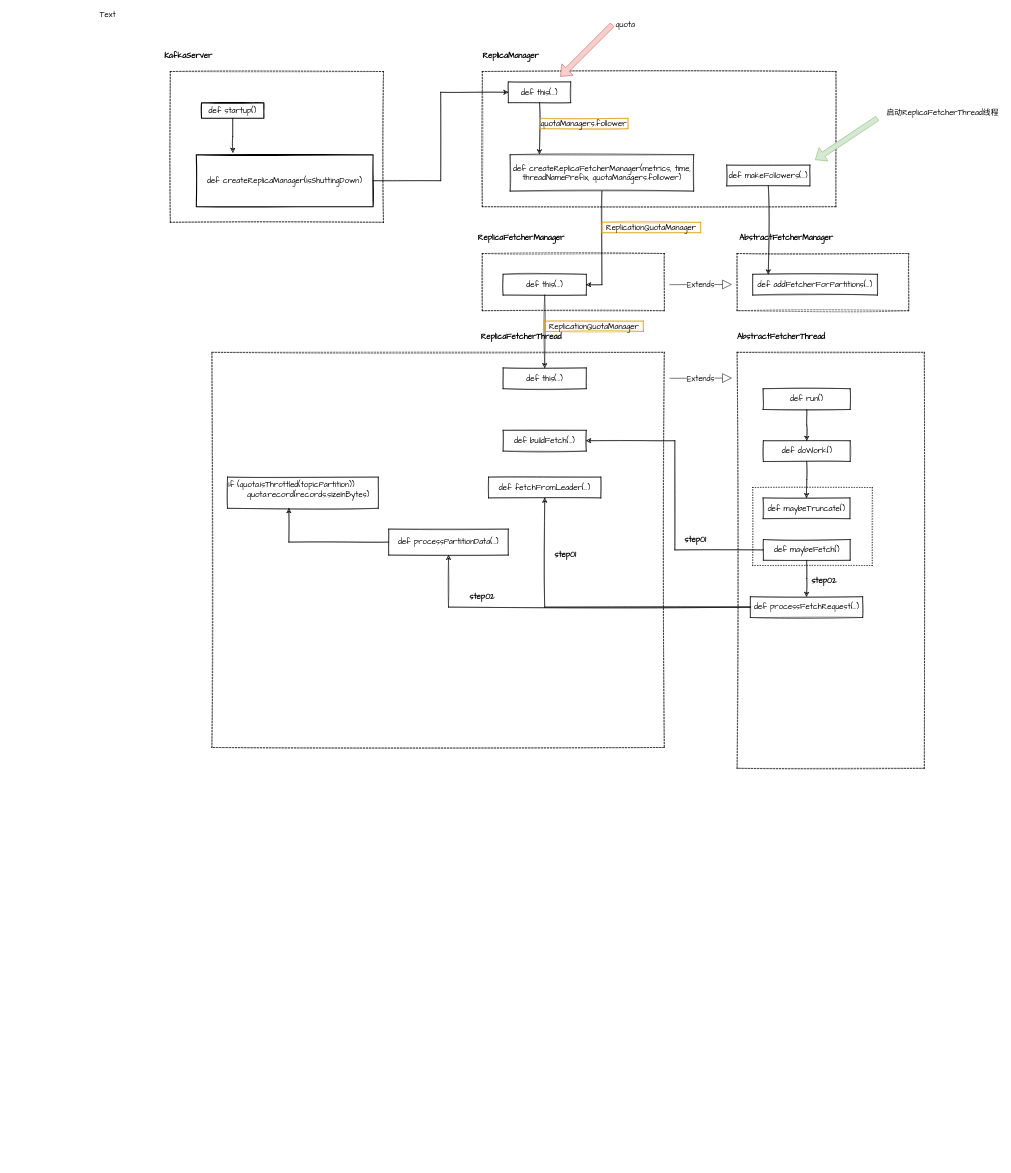
xinzhuxiansheng/blog-notes keeps this draw.io diagram as page "ReplicaFetcherThread" (2 of 3) of Kafka/drawio/Kafka.drawio. Above is the earlier version. Source tidied: cells renumbered, new cells numbered last; positions are measured from the earlier drawing's top-left corner, leaving out a move shared by most shapes. Both pictures are drawn from the tidied source at 52%, with x=0, y=0 at pixel (97, 9).
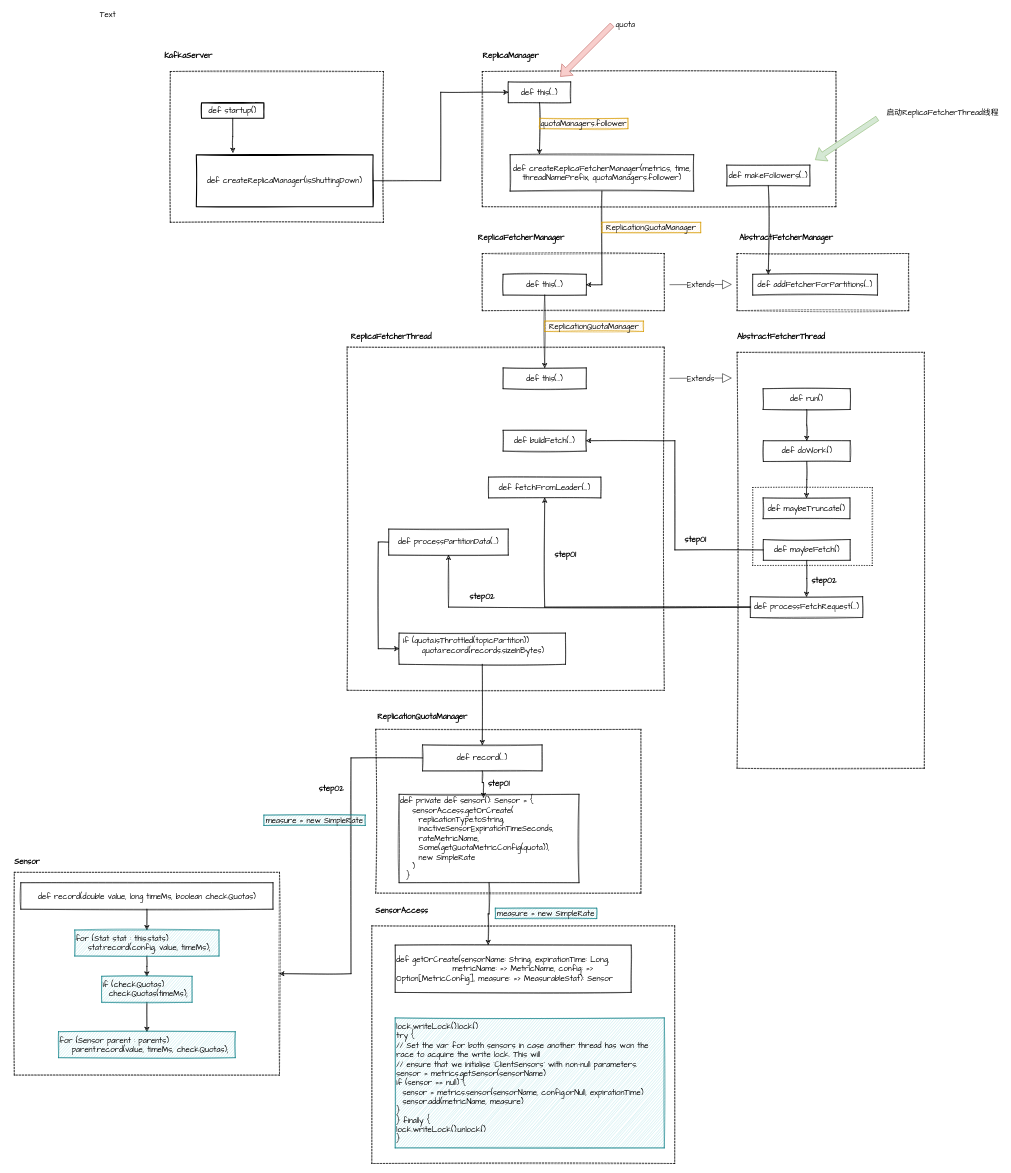
Above is the later version.

The change refers to these unchanged cells:
```xml
<mxCell id="56" value="def processPartitionData(...)" style="rounded=0;whiteSpace=wrap;html=1;sketch=1;fillColor=none;fontFamily=Comic Sans MS;fontSize=15;" parent="1" vertex="1">
  <mxGeometry x="560" y="1000" width="230" height="50" as="geometry" />
</mxCell>
```

Change to the diagram source:
```diff
@@
     <mxCell id="19" style="rounded=0;whiteSpace=wrap;html=1;sketch=1;fontFamily=Comic Sans MS;fillColor=none;fontSize=15;dashed=1;" parent="1" vertex="1">
-      <mxGeometry x="220" y="660" width="870" height="760" as="geometry" />
+      <mxGeometry x="480" y="650" width="610" height="660" as="geometry" />
     </mxCell>
     <mxCell id="20" value="ReplicaFetcherThread" style="text;html=1;strokeColor=none;fillColor=none;align=center;verticalAlign=middle;whiteSpace=wrap;rounded=0;sketch=1;fontFamily=Comic Sans MS;fontStyle=1;fontSize=15;" parent="1" vertex="1">
-      <mxGeometry x="720" y="620" width="190" height="20" as="geometry" />
+      <mxGeometry x="470" y="620" width="190" height="20" as="geometry" />
     </mxCell>
@@
-    <mxCell id="55" style="edgeStyle=orthogonalEdgeStyle;rounded=0;sketch=1;jettySize=auto;html=1;entryX=0.407;entryY=1;entryDx=0;entryDy=0;entryPerimeter=0;fontFamily=Comic Sans MS;fontSize=15;fontColor=#000000;" parent="1" edge="1" source="56" target="58">
-      <mxGeometry relative="1" as="geometry" />
+    <mxCell id="55" style="edgeStyle=orthogonalEdgeStyle;rounded=0;sketch=1;jettySize=auto;html=1;entryX=0;entryY=0.5;entryDx=0;entryDy=0;fontFamily=Comic Sans MS;fontSize=15;fontColor=#000000;" parent="1" edge="1" source="56" target="58">
+      <mxGeometry relative="1" as="geometry">
+        <Array as="points">
+          <mxPoint x="540" y="1025" />
+          <mxPoint x="540" y="1230" />
+        </Array>
+      </mxGeometry>
     </mxCell>
@@
+    <mxCell id="59" style="edgeStyle=orthogonalEdgeStyle;rounded=0;sketch=1;jettySize=auto;html=1;fontFamily=Comic Sans MS;fontSize=15;fontColor=#000000;" parent="1" edge="1" source="58" target="63">
+      <mxGeometry relative="1" as="geometry" />
+    </mxCell>
-    <mxCell id="58" value="&lt;div&gt;if (quota.isThrottled(topicPartition))&lt;/div&gt;&lt;div&gt;&amp;nbsp; &amp;nbsp; &amp;nbsp; quota.record(records.sizeInBytes)&lt;/div&gt;" style="rounded=0;whiteSpace=wrap;html=1;sketch=1;fillColor=none;fontFamily=Comic Sans MS;fontSize=15;fontColor=#000000;align=left;verticalAlign=top;" parent="1" vertex="1">
-      <mxGeometry x="250" y="900" width="290" height="60" as="geometry" />
+    <mxCell id="58" value="&lt;div&gt;&amp;nbsp;if (quota.isThrottled(topicPartition))&lt;/div&gt;&lt;div&gt;&amp;nbsp; &amp;nbsp; &amp;nbsp; &amp;nbsp;quota.record(records.sizeInBytes)&lt;/div&gt;" style="rounded=0;whiteSpace=wrap;html=1;sketch=1;fillColor=none;fontFamily=Comic Sans MS;fontSize=15;fontColor=#000000;align=left;verticalAlign=top;" parent="1" vertex="1">
+      <mxGeometry x="580" y="1200" width="320" height="60" as="geometry" />
     </mxCell>
+    <mxCell id="60" style="rounded=0;whiteSpace=wrap;html=1;sketch=1;fontFamily=Comic Sans MS;fillColor=none;fontSize=15;dashed=1;" parent="1" vertex="1">
+      <mxGeometry x="535" y="1385" width="510" height="315" as="geometry" />
+    </mxCell>
+    <mxCell id="61" value="ReplicationQuotaManager" style="text;html=1;strokeColor=none;fillColor=none;align=center;verticalAlign=middle;whiteSpace=wrap;rounded=0;sketch=1;fontFamily=Comic Sans MS;fontStyle=1;fontSize=15;" parent="1" vertex="1">
+      <mxGeometry x="530" y="1350" width="190" height="20" as="geometry" />
+    </mxCell>
+    <mxCell id="62" style="edgeStyle=orthogonalEdgeStyle;rounded=0;sketch=1;jettySize=auto;html=1;entryX=0.469;entryY=0.038;entryDx=0;entryDy=0;entryPerimeter=0;fontFamily=Comic Sans MS;fontSize=15;fontColor=#000000;" parent="1" edge="1" source="63" target="70">
+      <mxGeometry relative="1" as="geometry" />
+    </mxCell>
+    <mxCell id="63" value="def record(...)" style="rounded=0;whiteSpace=wrap;html=1;sketch=1;fillColor=none;fontFamily=Comic Sans MS;fontSize=15;" parent="1" vertex="1">
+      <mxGeometry x="625" y="1415" width="230" height="50" as="geometry" />
+    </mxCell>
+    <mxCell id="64" style="rounded=0;whiteSpace=wrap;html=1;sketch=1;fontFamily=Comic Sans MS;fillColor=none;fontSize=15;dashed=1;" parent="1" vertex="1">
+      <mxGeometry x="-160" y="1660" width="510" height="390" as="geometry" />
+    </mxCell>
+    <mxCell id="65" value="Sensor" style="text;html=1;strokeColor=none;fillColor=none;align=center;verticalAlign=middle;whiteSpace=wrap;rounded=0;sketch=1;fontFamily=Comic Sans MS;fontStyle=1;fontSize=15;" parent="1" vertex="1">
+      <mxGeometry x="-170" y="1630" width="70" height="20" as="geometry" />
+    </mxCell>
+    <mxCell id="66" style="edgeStyle=orthogonalEdgeStyle;rounded=0;sketch=1;jettySize=auto;html=1;entryX=0.5;entryY=0;entryDx=0;entryDy=0;fontFamily=Comic Sans MS;fontSize=15;fontColor=#000000;" parent="1" edge="1" source="67" target="80">
+      <mxGeometry relative="1" as="geometry" />
+    </mxCell>
+    <mxCell id="67" value="def&amp;nbsp;record(double value, long timeMs, boolean checkQuotas)" style="rounded=0;whiteSpace=wrap;html=1;sketch=1;fillColor=none;fontFamily=Comic Sans MS;fontSize=15;" parent="1" vertex="1">
+      <mxGeometry x="-147.5" y="1680" width="485" height="51" as="geometry" />
+    </mxCell>
+    <mxCell id="68" style="rounded=0;whiteSpace=wrap;html=1;sketch=1;fontFamily=Comic Sans MS;fillColor=none;fontSize=15;dashed=1;" parent="1" vertex="1">
+      <mxGeometry x="527.5" y="1763" width="582.5" height="457" as="geometry" />
+    </mxCell>
+    <mxCell id="69" style="edgeStyle=orthogonalEdgeStyle;rounded=0;sketch=1;jettySize=auto;html=1;entryX=0.394;entryY=-0.007;entryDx=0;entryDy=0;entryPerimeter=0;fontFamily=Comic Sans MS;fontSize=15;fontColor=#000000;" parent="1" edge="1" source="70" target="73">
+      <mxGeometry relative="1" as="geometry" />
+    </mxCell>
+    <mxCell id="70" value="&lt;div&gt;def private def sensor(): Sensor = {&lt;/div&gt;&lt;div&gt;&amp;nbsp; &amp;nbsp; sensorAccess.getOrCreate(&lt;/div&gt;&lt;div&gt;&amp;nbsp; &amp;nbsp; &amp;nbsp; replicationType.toString,&lt;/div&gt;&lt;div&gt;&amp;nbsp; &amp;nbsp; &amp;nbsp; InactiveSensorExpirationTimeSeconds,&lt;/div&gt;&lt;div&gt;&amp;nbsp; &amp;nbsp; &amp;nbsp; rateMetricName,&lt;/div&gt;&lt;div&gt;&amp;nbsp; &amp;nbsp; &amp;nbsp; Some(getQuotaMetricConfig(quota)),&lt;/div&gt;&lt;div&gt;&amp;nbsp; &amp;nbsp; &amp;nbsp; new SimpleRate&lt;/div&gt;&lt;div&gt;&amp;nbsp; &amp;nbsp; )&lt;/div&gt;&lt;div&gt;&amp;nbsp; }&lt;/div&gt;" style="rounded=0;whiteSpace=wrap;html=1;sketch=1;fillColor=none;fontFamily=Comic Sans MS;fontSize=15;align=left;" parent="1" vertex="1">
+      <mxGeometry x="580" y="1510" width="346" height="170" as="geometry" />
+    </mxCell>
+    <mxCell id="71" value="SensorAccess" style="text;html=1;strokeColor=none;fillColor=none;align=center;verticalAlign=middle;whiteSpace=wrap;rounded=0;sketch=1;fontFamily=Comic Sans MS;fontStyle=1;fontSize=15;" parent="1" vertex="1">
+      <mxGeometry x="522.5" y="1724" width="125" height="20" as="geometry" />
+    </mxCell>
+    <mxCell id="72" style="edgeStyle=orthogonalEdgeStyle;rounded=0;sketch=1;jettySize=auto;html=1;entryX=1;entryY=0.5;entryDx=0;entryDy=0;fontFamily=Comic Sans MS;fontSize=15;fontColor=#000000;exitX=0;exitY=0.5;exitDx=0;exitDy=0;" parent="1" edge="1" source="63" target="64">
+      <mxGeometry relative="1" as="geometry" />
+    </mxCell>
+    <mxCell id="73" value="&lt;div&gt;def getOrCreate(sensorName: String, expirationTime: Long,&lt;/div&gt;&lt;div&gt;&amp;nbsp; &amp;nbsp; &amp;nbsp; &amp;nbsp; &amp;nbsp; &amp;nbsp; &amp;nbsp; &amp;nbsp; &amp;nbsp; metricName: =&amp;gt; MetricName, config: =&amp;gt; Option[MetricConfig], measure: =&amp;gt; MeasurableStat): Sensor&lt;/div&gt;" style="rounded=0;whiteSpace=wrap;html=1;sketch=1;fillColor=none;fontFamily=Comic Sans MS;fontSize=15;align=left;" parent="1" vertex="1">
+      <mxGeometry x="572.5" y="1800" width="453.8" height="91" as="geometry" />
+    </mxCell>
+    <mxCell id="74" value="measure = new SimpleRate" style="text;html=1;strokeColor=#0e8088;fillColor=#b0e3e6;align=center;verticalAlign=middle;whiteSpace=wrap;rounded=0;sketch=1;fontFamily=Comic Sans MS;fontSize=15;" parent="1" vertex="1">
+      <mxGeometry x="765" y="1729" width="195" height="20" as="geometry" />
+    </mxCell>
+    <mxCell id="75" value="&lt;div&gt;lock.writeLock().lock()&lt;/div&gt;&lt;div&gt;try {&lt;/div&gt;&lt;div&gt;// Set the var for both sensors in case another thread has won the race to acquire the write lock. This will&lt;/div&gt;&lt;div&gt;// ensure that we initialise `ClientSensors` with non-null parameters.&lt;/div&gt;&lt;div&gt;sensor = metrics.getSensor(sensorName)&lt;/div&gt;&lt;div&gt;if (sensor == null) {&lt;/div&gt;&lt;div&gt;&amp;nbsp; sensor = metrics.sensor(sensorName, config.orNull, expirationTime)&lt;/div&gt;&lt;div&gt;&amp;nbsp; sensor.add(metricName, measure)&lt;/div&gt;&lt;div&gt;}&lt;/div&gt;&lt;div&gt;} finally {&lt;/div&gt;&lt;div&gt;lock.writeLock().unlock()&lt;/div&gt;&lt;div&gt;}&lt;/div&gt;" style="rounded=0;whiteSpace=wrap;html=1;sketch=1;fillColor=#b0e3e6;fontFamily=Comic Sans MS;fontSize=15;align=left;strokeColor=#0e8088;" parent="1" vertex="1">
+      <mxGeometry x="572.5" y="1940" width="517.5" height="250" as="geometry" />
+    </mxCell>
+    <mxCell id="76" value="step01" style="text;html=1;strokeColor=none;fillColor=none;align=center;verticalAlign=middle;whiteSpace=wrap;rounded=0;sketch=1;fontFamily=Comic Sans MS;fontSize=15;fontStyle=1;" parent="1" vertex="1">
+      <mxGeometry x="752" y="1480" width="40" height="20" as="geometry" />
+    </mxCell>
+    <mxCell id="77" value="step02" style="text;html=1;strokeColor=none;fillColor=none;align=center;verticalAlign=middle;whiteSpace=wrap;rounded=0;sketch=1;fontFamily=Comic Sans MS;fontSize=15;fontStyle=1;" parent="1" vertex="1">
+      <mxGeometry x="430" y="1490" width="40" height="20" as="geometry" />
+    </mxCell>
+    <mxCell id="78" value="measure = new SimpleRate" style="text;html=1;strokeColor=#0e8088;fillColor=#b0e3e6;align=center;verticalAlign=middle;whiteSpace=wrap;rounded=0;sketch=1;fontFamily=Comic Sans MS;fontSize=15;" parent="1" vertex="1">
+      <mxGeometry x="320" y="1550" width="195" height="20" as="geometry" />
+    </mxCell>
+    <mxCell id="79" style="edgeStyle=orthogonalEdgeStyle;rounded=0;sketch=1;jettySize=auto;html=1;entryX=0.5;entryY=0;entryDx=0;entryDy=0;fontFamily=Comic Sans MS;fontSize=15;fontColor=#000000;" parent="1" edge="1" source="80" target="82">
+      <mxGeometry relative="1" as="geometry" />
+    </mxCell>
+    <mxCell id="80" value="&lt;div&gt;for (Stat stat : this.stats)&lt;/div&gt;&lt;div&gt;&amp;nbsp; &amp;nbsp; stat.record(config, value, timeMs);&lt;/div&gt;" style="rounded=0;whiteSpace=wrap;html=1;sketch=1;fillColor=#b0e3e6;fontFamily=Comic Sans MS;fontSize=15;align=left;strokeColor=#0e8088;" parent="1" vertex="1">
+      <mxGeometry x="-43.8" y="1771" width="277.5" height="50" as="geometry" />
+    </mxCell>
+    <mxCell id="81" style="edgeStyle=orthogonalEdgeStyle;rounded=0;sketch=1;jettySize=auto;html=1;entryX=0.5;entryY=0;entryDx=0;entryDy=0;fontFamily=Comic Sans MS;fontSize=15;fontColor=#000000;" parent="1" edge="1" source="82" target="83">
+      <mxGeometry relative="1" as="geometry" />
+    </mxCell>
+    <mxCell id="82" value="&lt;div&gt;if (checkQuotas)&lt;/div&gt;&lt;div&gt;&amp;nbsp; checkQuotas(timeMs);&lt;/div&gt;" style="rounded=0;whiteSpace=wrap;html=1;sketch=1;fillColor=#b0e3e6;fontFamily=Comic Sans MS;fontSize=15;align=left;strokeColor=#0e8088;" parent="1" vertex="1">
+      <mxGeometry x="8.1" y="1860" width="173.8" height="50" as="geometry" />
+    </mxCell>
+    <mxCell id="83" value="&lt;div&gt;for (Sensor parent : parents)&lt;/div&gt;&lt;div&gt;&amp;nbsp; &amp;nbsp; parent.record(value, timeMs, checkQuotas);&lt;/div&gt;" style="rounded=0;whiteSpace=wrap;html=1;sketch=1;fillColor=#b0e3e6;fontFamily=Comic Sans MS;fontSize=15;align=left;strokeColor=#0e8088;" parent="1" vertex="1">
+      <mxGeometry x="-75" y="1966.5" width="340" height="50" as="geometry" />
+    </mxCell>
```
